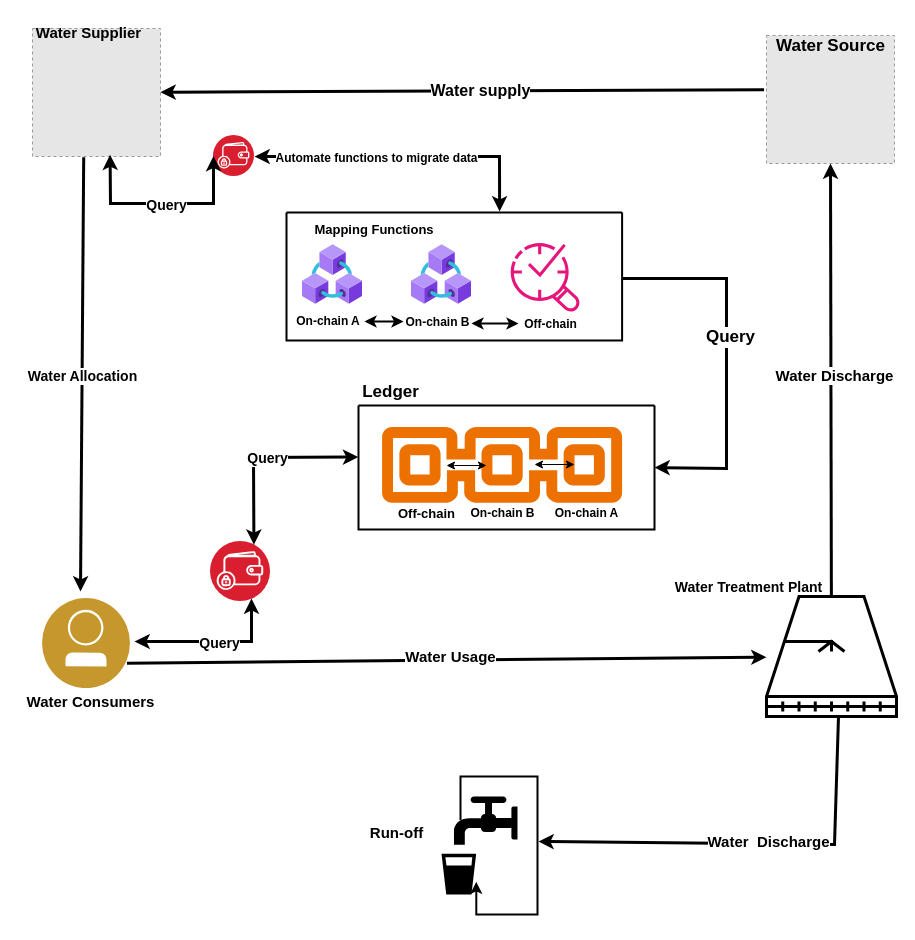
TakudzwaChoto/PROJECTS keeps this draw.io diagram as Untitled Diagram.drawio. Above is the earlier version. Source tidied: cells renumbered, new cells numbered last; positions are measured from the earlier drawing's top-left corner, leaving out a move shared by most shapes. Both pictures are drawn from the tidied source at 100%, with x=0, y=0 at pixel (17, 17). Pictures stored in the file or linked from it are replaced by grey dashed boxes.
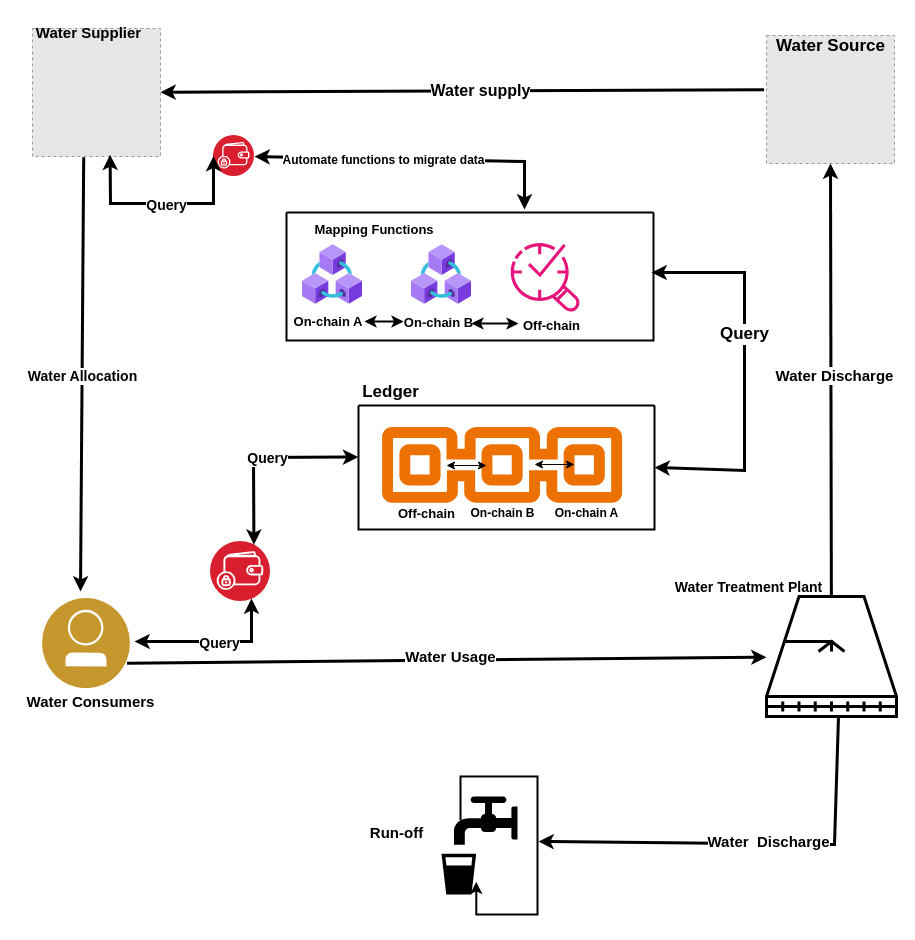
Above is the later version.

The change refers to these unchanged cells:
```xml
<mxCell id="24" style="swimlane;startSize=0;strokeWidth=2;" parent="1" vertex="1">
  <mxGeometry x="341" y="388" width="296" height="124" as="geometry" />
</mxCell>
```

What changed in the source:
```diff
@@
     <mxCell id="10" style="swimlane;startSize=0;strokeWidth=2;" parent="1" vertex="1">
-      <mxGeometry x="269" y="195" width="335.6" height="128" as="geometry" />
+      <mxGeometry x="269" y="195" width="367" height="128" as="geometry" />
     </mxCell>
@@
-    <mxCell id="15" value="&lt;b&gt;On-chain A&lt;/b&gt;" style="text;html=1;align=center;verticalAlign=middle;whiteSpace=wrap;rounded=0;" parent="10" vertex="1">
+    <mxCell id="15" value="&lt;b&gt;&lt;font style=&quot;font-size: 13px;&quot;&gt;On-chain A&lt;/font&gt;&lt;/b&gt;" style="text;html=1;align=center;verticalAlign=middle;whiteSpace=wrap;rounded=0;" parent="10" vertex="1">
       <mxGeometry x="6" y="94" width="72" height="30" as="geometry" />
     </mxCell>
-    <mxCell id="16" value="&lt;b&gt;Off-chain&lt;/b&gt;" style="text;html=1;align=center;verticalAlign=middle;strokeColor=none;fillColor=none;" parent="10" vertex="1">
-      <mxGeometry x="228" y="96" width="72" height="32" as="geometry" />
+    <mxCell id="16" value="&lt;b&gt;&lt;font style=&quot;font-size: 13px;&quot;&gt;Off-chain&lt;/font&gt;&lt;/b&gt;" style="text;html=1;align=center;verticalAlign=middle;strokeColor=none;fillColor=none;" parent="10" vertex="1">
+      <mxGeometry x="227" y="99" width="75" height="28" as="geometry" />
     </mxCell>
@@
-    <mxCell id="19" value="&lt;b&gt;On-chain B&lt;/b&gt;" style="text;html=1;align=center;verticalAlign=middle;strokeColor=none;fillColor=none;" parent="10" vertex="1">
-      <mxGeometry x="107" y="94" width="88" height="32" as="geometry" />
+    <mxCell id="19" value="&lt;font style=&quot;font-size: 13px;&quot;&gt;&lt;b&gt;On-chain B&lt;/b&gt;&lt;/font&gt;" style="text;html=1;align=center;verticalAlign=middle;strokeColor=none;fillColor=none;" parent="10" vertex="1">
+      <mxGeometry x="108" y="96" width="87" height="28" as="geometry" />
     </mxCell>
@@
-    <mxCell id="30" style="endArrow=classic;html=1;rounded=0;entryX=1;entryY=0.5;entryDx=0;entryDy=0;strokeWidth=3;" parent="1" edge="1" target="24">
-      <mxGeometry relative="1" as="geometry">
-        <mxPoint x="604.6" y="261" as="sourcePoint" />
-        <Array as="points">
-          <mxPoint x="709" y="261" />
-          <mxPoint x="709" y="355" />
-          <mxPoint x="709" y="451" />
-        </Array>
-      </mxGeometry>
-    </mxCell>
-    <mxCell id="31" value="&lt;b&gt;&lt;font style=&quot;font-size: 17px;&quot;&gt;Query&lt;/font&gt;&lt;/b&gt;" style="edgeLabel;html=1;align=center;verticalAlign=middle;" parent="30" vertex="1">
-      <mxGeometry x="-0.11" y="3" relative="1" as="geometry" />
-    </mxCell>
@@
-    <mxCell id="42" style="endArrow=classic;startArrow=classic;html=1;rounded=0;entryX=0.635;entryY=-0.008;entryDx=0;entryDy=0;entryPerimeter=0;strokeWidth=3;" parent="1" edge="1" target="10">
+    <mxCell id="42" style="endArrow=classic;startArrow=classic;html=1;rounded=0;strokeWidth=3;" parent="1" edge="1">
       <mxGeometry relative="1" as="geometry">
         <mxPoint x="237" y="139" as="sourcePoint" />
+        <mxPoint x="507" y="192" as="targetPoint" />
         <Array as="points">
-          <mxPoint x="482" y="139" />
+          <mxPoint x="507" y="144" />
         </Array>
       </mxGeometry>
     </mxCell>
@@
+    <mxCell id="53" style="endArrow=classic;startArrow=classic;html=1;rounded=0;strokeWidth=3;entryX=1;entryY=0.5;entryDx=0;entryDy=0;" parent="1" edge="1" target="24">
+      <mxGeometry relative="1" as="geometry">
+        <mxPoint x="634" y="255" as="sourcePoint" />
+        <Array as="points">
+          <mxPoint x="727" y="255" />
+          <mxPoint x="727" y="453" />
+        </Array>
+      </mxGeometry>
+    </mxCell>
+    <mxCell id="31" value="&lt;b style=&quot;&quot;&gt;&lt;font style=&quot;font-size: 17px;&quot;&gt;Query&lt;/font&gt;&lt;/b&gt;" style="edgeLabel;html=1;align=center;verticalAlign=middle;" parent="53" vertex="1">
+      <mxGeometry x="-0.19" y="-1" relative="1" as="geometry" />
+    </mxCell>
```
